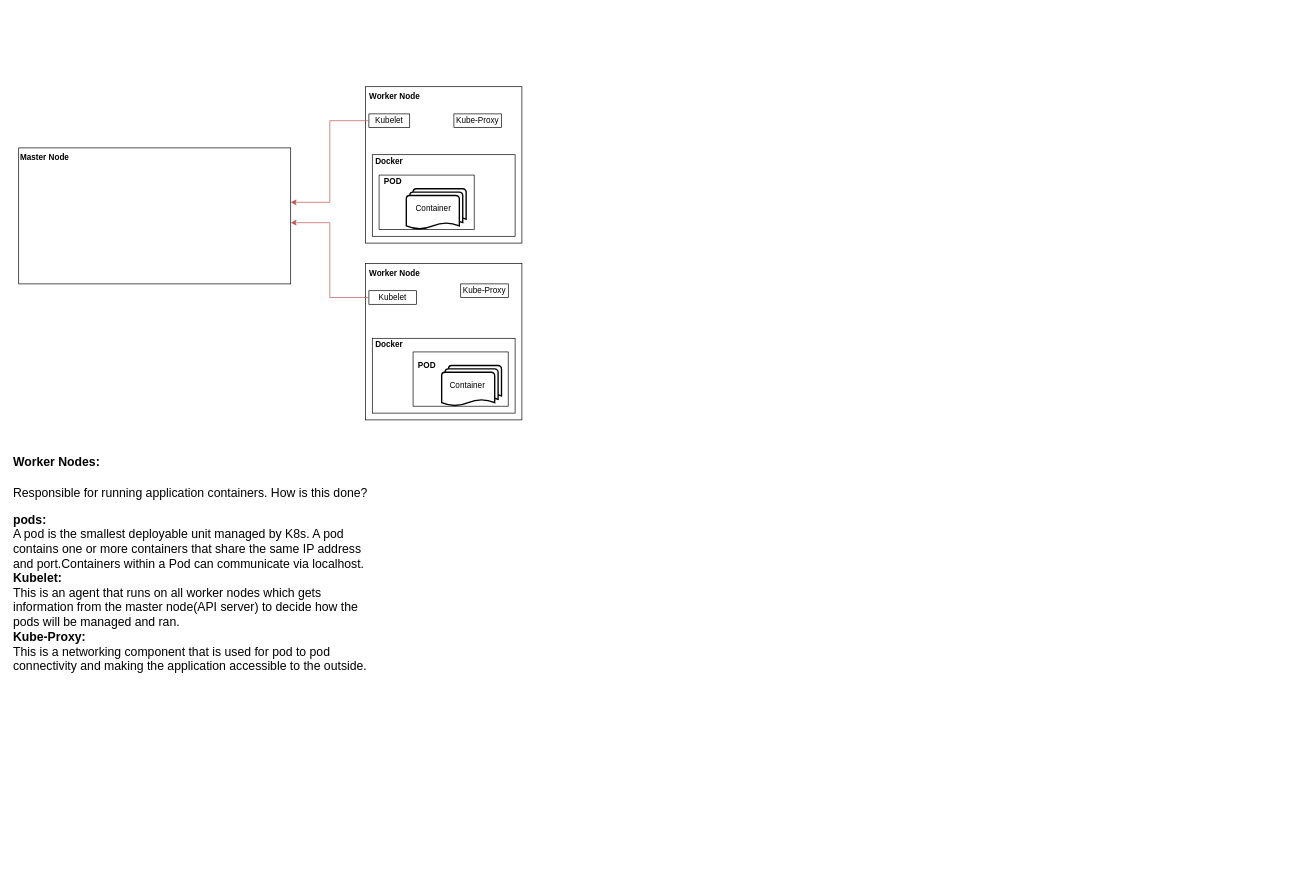
Earlier version of the draw.io diagram page "Page-1" (1 of 2) of k8s.drawio (aishasharif/Project). Source tidied: cells renumbered, new cells numbered last; positions are measured from the earlier drawing's top-left corner, leaving out a move shared by most shapes. Both pictures are drawn from the tidied source at 68%, with x=0, y=0 at pixel (12, 86).
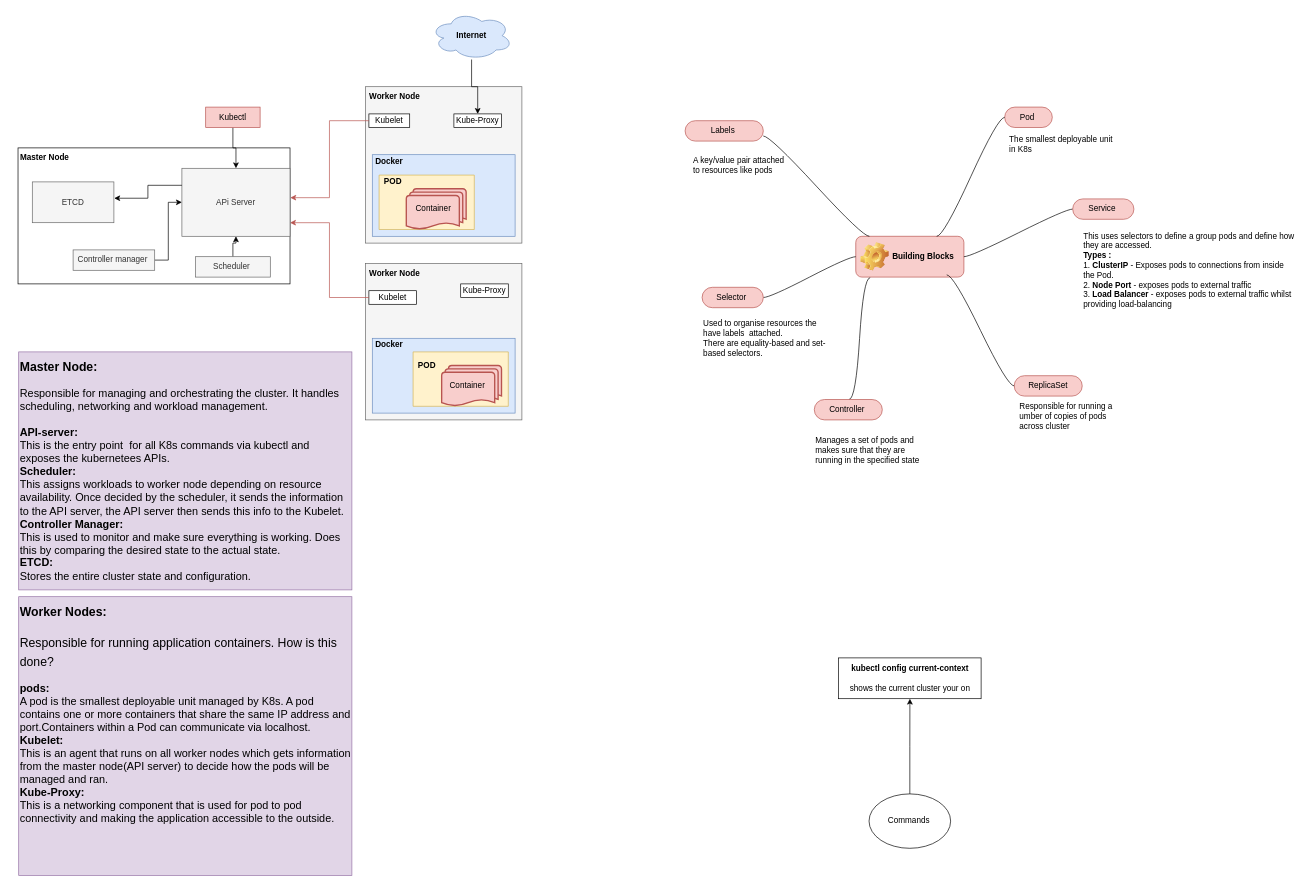
The same page after the edit.

The change refers to these unchanged cells:
```xml
<mxCell id="6" value="Kubelet" style="html=1;whiteSpace=wrap;" parent="1" vertex="1">
  <mxGeometry x="525" y="40" width="60" height="20" as="geometry" />
</mxCell>
<mxCell id="12" value="Kube-Proxy" style="html=1;whiteSpace=wrap;" parent="1" vertex="1">
  <mxGeometry x="650" y="40" width="70" height="20" as="geometry" />
</mxCell>
```

The edit, as a diff of the source:
```diff
@@
     <mxCell id="2" style="rounded=0;whiteSpace=wrap;html=1;" parent="1" vertex="1">
-      <mxGeometry x="10" y="90" width="400" height="200" as="geometry" />
+      <mxGeometry x="9" y="90" width="400" height="200" as="geometry" />
     </mxCell>
@@
-    <mxCell id="4" style="whiteSpace=wrap;html=1;" parent="1" vertex="1">
+    <mxCell id="4" style="whiteSpace=wrap;html=1;fillColor=#f5f5f5;fontColor=#333333;strokeColor=#666666;" parent="1" vertex="1">
       <mxGeometry x="520" width="230" height="230" as="geometry" />
     </mxCell>
-    <mxCell id="5" style="whiteSpace=wrap;html=1;" parent="1" vertex="1">
+    <mxCell id="5" style="whiteSpace=wrap;html=1;fillColor=#f5f5f5;fontColor=#333333;strokeColor=#666666;" parent="1" vertex="1">
       <mxGeometry x="520" y="260" width="230" height="230" as="geometry" />
     </mxCell>
@@
-    <mxCell id="8" style="rounded=0;whiteSpace=wrap;html=1;" parent="1" vertex="1">
+    <mxCell id="8" style="rounded=0;whiteSpace=wrap;html=1;fillColor=#dae8fc;strokeColor=#6c8ebf;" parent="1" vertex="1">
       <mxGeometry x="530" y="100" width="210" height="120" as="geometry" />
     </mxCell>
-    <mxCell id="9" style="rounded=0;whiteSpace=wrap;html=1;" parent="1" vertex="1">
+    <mxCell id="9" style="rounded=0;whiteSpace=wrap;html=1;fillColor=#dae8fc;strokeColor=#6c8ebf;" parent="1" vertex="1">
       <mxGeometry x="530" y="370" width="210" height="110" as="geometry" />
     </mxCell>
@@
-    <mxCell id="14" style="verticalLabelPosition=bottom;verticalAlign=top;html=1;shape=mxgraph.basic.rect;fillColor2=none;strokeWidth=1;size=20;indent=5;" parent="1" vertex="1">
+    <mxCell id="14" style="verticalLabelPosition=bottom;verticalAlign=top;html=1;shape=mxgraph.basic.rect;fillColor2=none;strokeWidth=1;size=20;indent=5;fillColor=#fff2cc;strokeColor=#d6b656;" parent="1" vertex="1">
       <mxGeometry x="540" y="130" width="140" height="80" as="geometry" />
     </mxCell>
-    <mxCell id="15" style="strokeWidth=2;html=1;shape=mxgraph.flowchart.multi-document;whiteSpace=wrap;" parent="1" vertex="1">
+    <mxCell id="15" style="strokeWidth=2;html=1;shape=mxgraph.flowchart.multi-document;whiteSpace=wrap;fillColor=#f8cecc;strokeColor=#b85450;" parent="1" vertex="1">
       <mxGeometry x="580" y="150" width="88" height="60" as="geometry" />
     </mxCell>
@@
-    <mxCell id="18" style="verticalLabelPosition=bottom;verticalAlign=top;html=1;shape=mxgraph.basic.rect;fillColor2=none;strokeWidth=1;size=20;indent=5;" parent="1" vertex="1">
+    <mxCell id="18" style="verticalLabelPosition=bottom;verticalAlign=top;html=1;shape=mxgraph.basic.rect;fillColor2=none;strokeWidth=1;size=20;indent=5;fillColor=#fff2cc;strokeColor=#d6b656;" parent="1" vertex="1">
       <mxGeometry x="590" y="390" width="140" height="80" as="geometry" />
     </mxCell>
@@
-    <mxCell id="20" style="strokeWidth=2;html=1;shape=mxgraph.flowchart.multi-document;whiteSpace=wrap;" parent="1" vertex="1">
+    <mxCell id="20" style="strokeWidth=2;html=1;shape=mxgraph.flowchart.multi-document;whiteSpace=wrap;fillColor=#f8cecc;strokeColor=#b85450;" parent="1" vertex="1">
       <mxGeometry x="632" y="410" width="88" height="60" as="geometry" />
     </mxCell>
@@
-    <mxCell id="24" style="edgeStyle=orthogonalEdgeStyle;rounded=0;jettySize=auto;html=1;entryX=1;entryY=0.4;entryDx=0;entryDy=0;entryPerimeter=0;fillColor=#f8cecc;strokeColor=#b85450;" parent="1" edge="1" source="6" target="2">
-      <mxGeometry relative="1" as="geometry" />
-    </mxCell>
@@
-    <mxCell id="26" value="&lt;h1 style=&quot;margin-top: 0px;&quot;&gt;&lt;font style=&quot;font-size: 18px;&quot;&gt;Worker Nodes:&lt;/font&gt;&lt;/h1&gt;&lt;h1 style=&quot;margin-top: 0px;&quot;&gt;&lt;span style=&quot;font-size: 18px; background-color: transparent; color: light-dark(rgb(0, 0, 0), rgb(255, 255, 255)); font-weight: normal;&quot;&gt;Responsible for running application containers. How is this done?&lt;/span&gt;&lt;/h1&gt;&lt;div&gt;&lt;span style=&quot;font-size: 18px;&quot;&gt;&lt;b&gt;pods:&lt;/b&gt;&lt;/span&gt;&lt;/div&gt;&lt;div&gt;&lt;span style=&quot;font-size: 18px;&quot;&gt;A pod is the smallest deployable unit managed by K8s. A pod contains one or more containers that share the same IP address and port.Containers within a Pod can communicate via localhost.&lt;/span&gt;&lt;/div&gt;&lt;div&gt;&lt;span style=&quot;font-size: 18px;&quot;&gt;&lt;b&gt;Kubelet:&lt;/b&gt;&lt;/span&gt;&lt;/div&gt;&lt;div&gt;&lt;span style=&quot;font-size: 18px;&quot;&gt;This is an agent that runs on all worker nodes which gets information from the master node(API server) to decide how the pods will be managed and ran.&lt;/span&gt;&lt;/div&gt;&lt;div&gt;&lt;span style=&quot;font-size: 18px;&quot;&gt;&lt;b&gt;Kube-Proxy:&lt;/b&gt;&lt;/span&gt;&lt;/div&gt;&lt;div&gt;&lt;span style=&quot;font-size: 18px;&quot;&gt;This is a networking component that is used for pod to pod connectivity and making the application accessible to the outside.&lt;/span&gt;&lt;/div&gt;&lt;div&gt;&lt;span style=&quot;font-size: 18px;&quot;&gt;&lt;br&gt;&lt;/span&gt;&lt;/div&gt;" style="text;html=1;whiteSpace=wrap;overflow=hidden;rounded=0;" parent="1" vertex="1">
-      <mxGeometry y="530" width="530" height="360" as="geometry" />
+    <mxCell id="26" value="&lt;h1 style=&quot;margin-top: 0px;&quot;&gt;&lt;font style=&quot;font-size: 18px;&quot;&gt;Worker Nodes:&lt;/font&gt;&lt;/h1&gt;&lt;h1 style=&quot;margin-top: 0px;&quot;&gt;&lt;span style=&quot;background-color: transparent; color: light-dark(rgb(0, 0, 0), rgb(255, 255, 255)); font-weight: normal;&quot;&gt;&lt;font style=&quot;font-size: 18px;&quot;&gt;Responsible for running application containers. How is this done?&lt;/font&gt;&lt;/span&gt;&lt;/h1&gt;&lt;div&gt;&lt;b&gt;&lt;font size=&quot;3&quot;&gt;pods:&lt;/font&gt;&lt;/b&gt;&lt;/div&gt;&lt;div&gt;&lt;font size=&quot;3&quot;&gt;A pod is the smallest deployable unit managed by K8s. A pod contains one or more containers that share the same IP address and port.Containers within a Pod can communicate via localhost.&lt;/font&gt;&lt;/div&gt;&lt;div&gt;&lt;b&gt;&lt;font size=&quot;3&quot;&gt;Kubelet:&lt;/font&gt;&lt;/b&gt;&lt;/div&gt;&lt;div&gt;&lt;font size=&quot;3&quot;&gt;This is an agent that runs on all worker nodes which gets information from the master node(API server) to decide how the pods will be managed and ran.&lt;/font&gt;&lt;/div&gt;&lt;div&gt;&lt;b&gt;&lt;font size=&quot;3&quot;&gt;Kube-Proxy:&lt;/font&gt;&lt;/b&gt;&lt;/div&gt;&lt;div&gt;&lt;font size=&quot;3&quot;&gt;This is a networking component that is used for pod to pod connectivity and making the application accessible to the outside.&lt;/font&gt;&lt;/div&gt;&lt;div&gt;&lt;span style=&quot;font-size: 18px;&quot;&gt;&lt;br&gt;&lt;/span&gt;&lt;/div&gt;" style="text;html=1;whiteSpace=wrap;overflow=hidden;rounded=0;fillColor=#e1d5e7;strokeColor=#9673a6;" parent="1" vertex="1">
+      <mxGeometry x="10" y="750" width="490" height="410" as="geometry" />
     </mxCell>
+    <mxCell id="27" style="edgeStyle=orthogonalEdgeStyle;rounded=0;jettySize=auto;html=1;entryX=0.5;entryY=0;entryDx=0;entryDy=0;" parent="1" edge="1" source="28" target="29">
+      <mxGeometry relative="1" as="geometry" />
+    </mxCell>
+    <mxCell id="28" value="Kubectl" style="html=1;whiteSpace=wrap;fillColor=#f8cecc;strokeColor=#b85450;" parent="1" vertex="1">
+      <mxGeometry x="285" y="30" width="80" height="30" as="geometry" />
+    </mxCell>
+    <mxCell id="29" value="APi Server" style="html=1;whiteSpace=wrap;fillColor=#f5f5f5;strokeColor=#666666;fontColor=#333333;" parent="1" vertex="1">
+      <mxGeometry x="250" y="120" width="159" height="100" as="geometry" />
+    </mxCell>
+    <mxCell id="24" style="edgeStyle=orthogonalEdgeStyle;rounded=0;jettySize=auto;html=1;entryX=1.001;entryY=0.366;entryDx=0;entryDy=0;entryPerimeter=0;fillColor=#f8cecc;strokeColor=#b85450;" parent="1" edge="1" source="6" target="2">
+      <mxGeometry relative="1" as="geometry" />
+    </mxCell>
+    <mxCell id="30" value="Building Blocks" style="label;whiteSpace=wrap;html=1;image=img/clipart/Gear_128x128.png;fillColor=#f8cecc;strokeColor=#b85450;" parent="1" vertex="1">
+      <mxGeometry x="1241" y="220" width="159" height="60" as="geometry" />
+    </mxCell>
+    <mxCell id="31" value="Pod&amp;nbsp;" style="whiteSpace=wrap;html=1;rounded=1;arcSize=50;align=center;verticalAlign=middle;strokeWidth=1;spacing=4;newEdgeStyle={&quot;edgeStyle&quot;:&quot;entityRelationEdgeStyle&quot;,&quot;startArrow&quot;:&quot;none&quot;,&quot;endArrow&quot;:&quot;none&quot;,&quot;segment&quot;:10,&quot;curved&quot;:1,&quot;sourcePerimeterSpacing&quot;:0,&quot;targetPerimeterSpacing&quot;:0};fillColor=#f8cecc;strokeColor=#b85450;" parent="1" vertex="1">
+      <mxGeometry x="1460" y="30" width="70" height="30" as="geometry" />
+    </mxCell>
+    <mxCell id="32" style="edgeStyle=entityRelationEdgeStyle;startArrow=none;endArrow=none;segment=10;curved=1;sourcePerimeterSpacing=0;targetPerimeterSpacing=0;rounded=0;entryX=0;entryY=0.5;entryDx=0;entryDy=0;" parent="1" edge="1" target="31">
+      <mxGeometry relative="1" as="geometry">
+        <mxPoint x="1360" y="220" as="sourcePoint" />
+      </mxGeometry>
+    </mxCell>
+    <mxCell id="33" value="&lt;h1 style=&quot;margin-top: 0px;&quot;&gt;&lt;font style=&quot;font-size: 18px;&quot;&gt;Master Node:&lt;/font&gt;&lt;/h1&gt;&lt;div&gt;&lt;font size=&quot;3&quot;&gt;Responsible for managing and orchestrating the cluster. It handles scheduling, networking and workload management.&lt;/font&gt;&lt;/div&gt;&lt;div&gt;&lt;font size=&quot;3&quot;&gt;&lt;br&gt;&lt;/font&gt;&lt;/div&gt;&lt;div&gt;&lt;font size=&quot;3&quot;&gt;&lt;b&gt;API-server:&amp;nbsp;&lt;/b&gt;&lt;/font&gt;&lt;/div&gt;&lt;div&gt;&lt;font size=&quot;3&quot;&gt;This is the entry point&amp;nbsp; for all K8s commands via kubectl and exposes the kubernetees APIs.&lt;/font&gt;&lt;/div&gt;&lt;div&gt;&lt;font size=&quot;3&quot;&gt;&lt;b&gt;Scheduler:&lt;/b&gt;&lt;/font&gt;&lt;/div&gt;&lt;div&gt;&lt;font size=&quot;3&quot;&gt;This assigns workloads to worker node depending on resource availability. Once decided by the scheduler, it sends the information to the API server, the API server then sends this info to the Kubelet.&lt;/font&gt;&lt;/div&gt;&lt;div&gt;&lt;font size=&quot;3&quot;&gt;&lt;b&gt;Controller Manager:&lt;/b&gt;&lt;/font&gt;&lt;/div&gt;&lt;div&gt;&lt;font size=&quot;3&quot;&gt;This is used to monitor and make sure everything is working. Does this by comparing the desired state to the actual state.&lt;/font&gt;&lt;/div&gt;&lt;div&gt;&lt;font size=&quot;3&quot;&gt;&lt;b&gt;ETCD:&lt;/b&gt;&lt;/font&gt;&lt;/div&gt;&lt;div&gt;&lt;font size=&quot;3&quot;&gt;Stores the entire cluster state and configuration.&amp;nbsp;&amp;nbsp;&lt;/font&gt;&lt;/div&gt;" style="text;html=1;whiteSpace=wrap;overflow=hidden;rounded=0;fillColor=#e1d5e7;strokeColor=#9673a6;" parent="1" vertex="1">
+      <mxGeometry x="10" y="390" width="490" height="350" as="geometry" />
+    </mxCell>
+    <mxCell id="34" style="edgeStyle=orthogonalEdgeStyle;rounded=0;jettySize=auto;html=1;" parent="1" edge="1" source="35" target="29">
+      <mxGeometry relative="1" as="geometry" />
+    </mxCell>
+    <mxCell id="35" value="Scheduler&amp;nbsp;" style="rounded=0;whiteSpace=wrap;html=1;fillColor=#f5f5f5;fontColor=#333333;strokeColor=#666666;" parent="1" vertex="1">
+      <mxGeometry x="270" y="250" width="110" height="30" as="geometry" />
+    </mxCell>
+    <mxCell id="36" style="edgeStyle=orthogonalEdgeStyle;rounded=0;jettySize=auto;html=1;entryX=0;entryY=0.5;entryDx=0;entryDy=0;" parent="1" edge="1" source="37" target="29">
+      <mxGeometry relative="1" as="geometry" />
+    </mxCell>
+    <mxCell id="37" value="Controller manager&amp;nbsp;" style="rounded=0;whiteSpace=wrap;html=1;fillColor=#f5f5f5;strokeColor=#666666;fontColor=#333333;" parent="1" vertex="1">
+      <mxGeometry x="90" y="240" width="120" height="30" as="geometry" />
+    </mxCell>
+    <mxCell id="38" value="ETCD" style="rounded=0;whiteSpace=wrap;html=1;fillColor=#f5f5f5;fontColor=#333333;strokeColor=#666666;" parent="1" vertex="1">
+      <mxGeometry x="30" y="140" width="120" height="60" as="geometry" />
+    </mxCell>
+    <mxCell id="39" style="edgeStyle=orthogonalEdgeStyle;rounded=0;jettySize=auto;html=1;exitX=0;exitY=0.25;exitDx=0;exitDy=0;entryX=1.004;entryY=0.4;entryDx=0;entryDy=0;entryPerimeter=0;" parent="1" edge="1" source="29" target="38">
+      <mxGeometry relative="1" as="geometry" />
+    </mxCell>
+    <mxCell id="40" style="edgeStyle=orthogonalEdgeStyle;rounded=0;jettySize=auto;html=1;entryX=0.5;entryY=0;entryDx=0;entryDy=0;" parent="1" edge="1" source="41" target="12">
+      <mxGeometry relative="1" as="geometry" />
+    </mxCell>
+    <mxCell id="41" value="&lt;b&gt;Internet&lt;/b&gt;" style="ellipse;shape=cloud;whiteSpace=wrap;html=1;fillColor=#dae8fc;strokeColor=#6c8ebf;" parent="1" vertex="1">
+      <mxGeometry x="616" y="-110" width="120" height="70" as="geometry" />
+    </mxCell>
+    <mxCell id="42" style="edgeStyle=entityRelationEdgeStyle;rounded=0;jettySize=auto;html=1;startArrow=none;endArrow=none;segment=10;curved=1;sourcePerimeterSpacing=0;targetPerimeterSpacing=0;exitX=1;exitY=0.75;exitDx=0;exitDy=0;" parent="1" edge="1" source="43">
+      <mxGeometry relative="1" as="geometry">
+        <mxPoint x="1261" y="220" as="targetPoint" />
+      </mxGeometry>
+    </mxCell>
+    <mxCell id="43" value="Labels&amp;nbsp;" style="whiteSpace=wrap;html=1;rounded=1;arcSize=50;align=center;verticalAlign=middle;strokeWidth=1;spacing=4;newEdgeStyle={&quot;edgeStyle&quot;:&quot;entityRelationEdgeStyle&quot;,&quot;startArrow&quot;:&quot;none&quot;,&quot;endArrow&quot;:&quot;none&quot;,&quot;segment&quot;:10,&quot;curved&quot;:1,&quot;sourcePerimeterSpacing&quot;:0,&quot;targetPerimeterSpacing&quot;:0};fillColor=#f8cecc;strokeColor=#b85450;" parent="1" vertex="1">
+      <mxGeometry x="990" y="50" width="115" height="30" as="geometry" />
+    </mxCell>
+    <mxCell id="44" style="edgeStyle=entityRelationEdgeStyle;rounded=0;jettySize=auto;html=1;startArrow=none;endArrow=none;segment=10;curved=1;sourcePerimeterSpacing=0;targetPerimeterSpacing=0;entryX=0;entryY=0.5;entryDx=0;entryDy=0;" parent="1" edge="1" source="45" target="30">
+      <mxGeometry relative="1" as="geometry" />
+    </mxCell>
+    <mxCell id="45" value="Selector&amp;nbsp;" style="whiteSpace=wrap;html=1;rounded=1;arcSize=50;align=center;verticalAlign=middle;strokeWidth=1;spacing=4;newEdgeStyle={&quot;edgeStyle&quot;:&quot;entityRelationEdgeStyle&quot;,&quot;startArrow&quot;:&quot;none&quot;,&quot;endArrow&quot;:&quot;none&quot;,&quot;segment&quot;:10,&quot;curved&quot;:1,&quot;sourcePerimeterSpacing&quot;:0,&quot;targetPerimeterSpacing&quot;:0};fillColor=#f8cecc;strokeColor=#b85450;" parent="1" vertex="1">
+      <mxGeometry x="1015" y="295" width="90" height="30" as="geometry" />
+    </mxCell>
+    <mxCell id="46" style="edgeStyle=entityRelationEdgeStyle;rounded=0;jettySize=auto;html=1;startArrow=none;endArrow=none;segment=10;curved=1;sourcePerimeterSpacing=0;targetPerimeterSpacing=0;entryX=0.133;entryY=1.015;entryDx=0;entryDy=0;entryPerimeter=0;" parent="1" edge="1" target="30">
+      <mxGeometry relative="1" as="geometry">
+        <mxPoint x="1231" y="460" as="sourcePoint" />
+      </mxGeometry>
+    </mxCell>
+    <mxCell id="47" value="Controller&amp;nbsp;" style="whiteSpace=wrap;html=1;rounded=1;arcSize=50;align=center;verticalAlign=middle;strokeWidth=1;spacing=4;newEdgeStyle={&quot;edgeStyle&quot;:&quot;entityRelationEdgeStyle&quot;,&quot;startArrow&quot;:&quot;none&quot;,&quot;endArrow&quot;:&quot;none&quot;,&quot;segment&quot;:10,&quot;curved&quot;:1,&quot;sourcePerimeterSpacing&quot;:0,&quot;targetPerimeterSpacing&quot;:0};fillColor=#f8cecc;strokeColor=#b85450;" parent="1" vertex="1">
+      <mxGeometry x="1180" y="460" width="100" height="30" as="geometry" />
+    </mxCell>
+    <mxCell id="48" value="ReplicaSet" style="whiteSpace=wrap;html=1;rounded=1;arcSize=50;align=center;verticalAlign=middle;strokeWidth=1;spacing=4;newEdgeStyle={&quot;edgeStyle&quot;:&quot;entityRelationEdgeStyle&quot;,&quot;startArrow&quot;:&quot;none&quot;,&quot;endArrow&quot;:&quot;none&quot;,&quot;segment&quot;:10,&quot;curved&quot;:1,&quot;sourcePerimeterSpacing&quot;:0,&quot;targetPerimeterSpacing&quot;:0};fillColor=#f8cecc;strokeColor=#b85450;" parent="1" vertex="1">
+      <mxGeometry x="1474" y="425" width="100" height="30" as="geometry" />
+    </mxCell>
+    <mxCell id="49" style="edgeStyle=entityRelationEdgeStyle;rounded=0;jettySize=auto;html=1;startArrow=none;endArrow=none;segment=10;curved=1;sourcePerimeterSpacing=0;targetPerimeterSpacing=0;entryX=0.841;entryY=0.945;entryDx=0;entryDy=0;entryPerimeter=0;" parent="1" edge="1" source="48" target="30">
+      <mxGeometry relative="1" as="geometry" />
+    </mxCell>
+    <mxCell id="50" style="edgeStyle=entityRelationEdgeStyle;rounded=0;jettySize=auto;html=1;startArrow=none;endArrow=none;segment=10;curved=1;sourcePerimeterSpacing=0;targetPerimeterSpacing=0;entryX=1;entryY=0.5;entryDx=0;entryDy=0;" parent="1" edge="1" source="51" target="30">
+      <mxGeometry relative="1" as="geometry" />
+    </mxCell>
+    <mxCell id="51" value="Service&amp;nbsp;" style="whiteSpace=wrap;html=1;rounded=1;arcSize=50;align=center;verticalAlign=middle;strokeWidth=1;spacing=4;newEdgeStyle={&quot;edgeStyle&quot;:&quot;entityRelationEdgeStyle&quot;,&quot;startArrow&quot;:&quot;none&quot;,&quot;endArrow&quot;:&quot;none&quot;,&quot;segment&quot;:10,&quot;curved&quot;:1,&quot;sourcePerimeterSpacing&quot;:0,&quot;targetPerimeterSpacing&quot;:0};fillColor=#f8cecc;strokeColor=#b85450;" parent="1" vertex="1">
+      <mxGeometry x="1560" y="165" width="90" height="30" as="geometry" />
+    </mxCell>
+    <mxCell id="52" value="A key/value pair attached to resources like pods&amp;nbsp;" style="text;html=1;align=left;verticalAlign=middle;whiteSpace=wrap;rounded=0;" parent="1" vertex="1">
+      <mxGeometry x="1000" y="95" width="142.5" height="40" as="geometry" />
+    </mxCell>
+    <mxCell id="53" value="Used to organise resources the have labels&amp;nbsp; attached.&amp;nbsp;&lt;div&gt;There are equality-based and set-based selectors.&lt;/div&gt;" style="text;html=1;align=left;verticalAlign=middle;whiteSpace=wrap;rounded=0;" parent="1" vertex="1">
+      <mxGeometry x="1015" y="340" width="185" height="60" as="geometry" />
+    </mxCell>
+    <mxCell id="54" value="The smallest deployable unit in K8s&amp;nbsp;" style="text;html=1;align=left;verticalAlign=middle;whiteSpace=wrap;rounded=0;" parent="1" vertex="1">
+      <mxGeometry x="1465" y="70" width="155" height="30" as="geometry" />
+    </mxCell>
+    <mxCell id="55" value="This uses selectors to define a group pods and define how they are accessed.&amp;nbsp;&lt;div&gt;&lt;b&gt;Types :&lt;/b&gt;&lt;/div&gt;&lt;div&gt;1.&lt;b&gt; ClusterIP&lt;/b&gt; - Exposes pods to connections from inside the Pod.&lt;/div&gt;&lt;div&gt;2. &lt;b&gt;Node Port&lt;/b&gt; - exposes pods to external traffic&lt;/div&gt;&lt;div&gt;3. &lt;b&gt;Load Balancer &lt;/b&gt;- exposes pods to external traffic whilst providing load-balancing&amp;nbsp;&lt;/div&gt;" style="text;html=1;align=left;verticalAlign=middle;whiteSpace=wrap;rounded=0;" parent="1" vertex="1">
+      <mxGeometry x="1574" y="210" width="316" height="120" as="geometry" />
+    </mxCell>
+    <mxCell id="56" value="Responsible for running a umber of copies of pods across cluster" style="text;html=1;align=left;verticalAlign=middle;whiteSpace=wrap;rounded=0;" parent="1" vertex="1">
+      <mxGeometry x="1480" y="470" width="160" height="30" as="geometry" />
+    </mxCell>
+    <mxCell id="57" value="Manages a set of pods and makes sure that they are running in the specified state" style="text;html=1;align=left;verticalAlign=middle;whiteSpace=wrap;rounded=0;" parent="1" vertex="1">
+      <mxGeometry x="1180" y="520" width="160" height="30" as="geometry" />
+    </mxCell>
+    <mxCell id="58" style="edgeStyle=orthogonalEdgeStyle;rounded=0;jettySize=auto;html=1;" parent="1" edge="1" source="59" target="60">
+      <mxGeometry relative="1" as="geometry" />
+    </mxCell>
+    <mxCell id="59" value="Commands&amp;nbsp;" style="ellipse;whiteSpace=wrap;html=1;" parent="1" vertex="1">
+      <mxGeometry x="1260.5" y="1040" width="120" height="80" as="geometry" />
+    </mxCell>
+    <mxCell id="60" value="&lt;div&gt;&lt;b&gt;kubectl config current-context&lt;/b&gt;&lt;/div&gt;&lt;div style=&quot;text-align: left;&quot;&gt;&lt;br&gt;&lt;/div&gt;&lt;div style=&quot;text-align: left;&quot;&gt;shows the current cluster your on&lt;/div&gt;" style="whiteSpace=wrap;html=1;" parent="1" vertex="1">
+      <mxGeometry x="1215.8" y="840" width="209.5" height="60" as="geometry" />
+    </mxCell>
```
